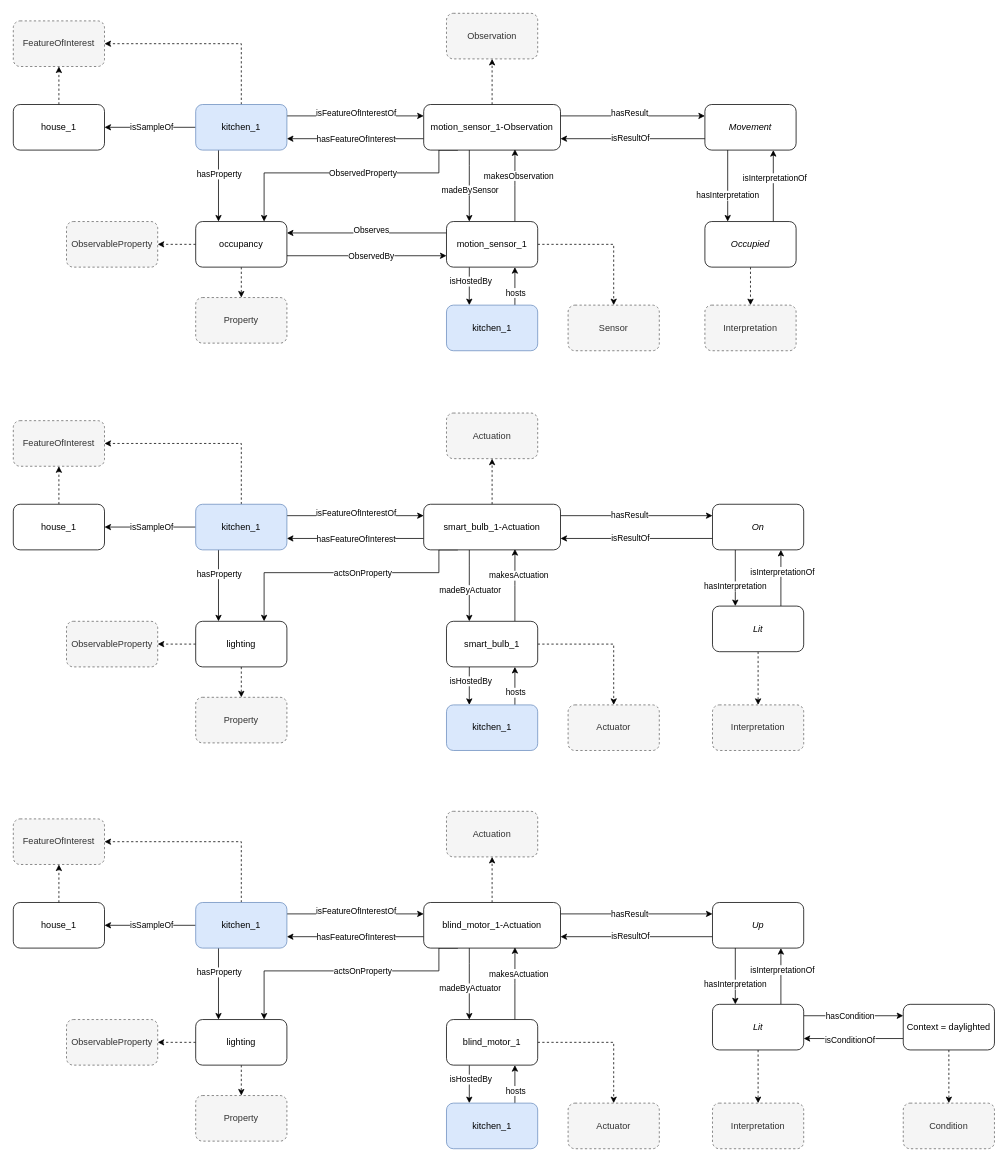
Before: page "lighting_v2" (4 of 6) of docs/figures/sosa-onto-instances.drawio in anarubioruiz/asp-SOSAc, a draw.io diagram. Source tidied: cells renumbered, new cells numbered last; positions are measured from the earlier drawing's top-left corner, leaving out a move shared by most shapes. Both pictures are drawn from the tidied source at 76%, with x=0, y=0 at pixel (13, 13).
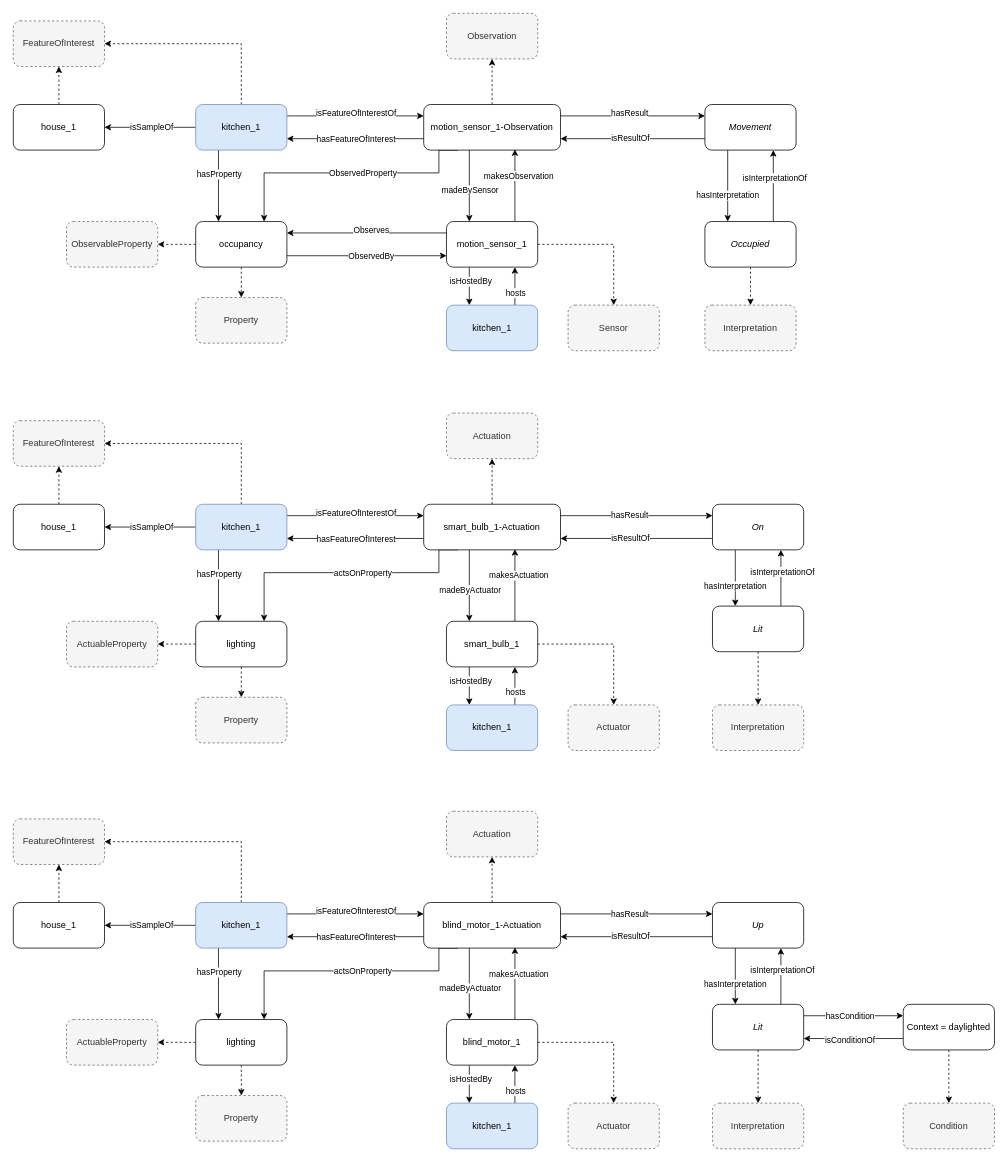
The same page after the edit.

Commit message (it also covers changes not shown here):
ActuableProperty corrected

What changed in the source:
```diff
@@
-    <mxCell id="86" value="ObservableProperty" style="whiteSpace=wrap;html=1;rounded=1;fillColor=#f5f5f5;fontColor=#333333;strokeColor=#666666;dashed=1;" parent="1" vertex="1">
+    <mxCell id="86" value="ActuableProperty" style="whiteSpace=wrap;html=1;rounded=1;fillColor=#f5f5f5;fontColor=#333333;strokeColor=#666666;dashed=1;" parent="1" vertex="1">
       <mxGeometry x="70" y="800" width="120" height="60" as="geometry" />
     </mxCell>
@@
-    <mxCell id="133" value="ObservableProperty" style="whiteSpace=wrap;html=1;rounded=1;fillColor=#f5f5f5;fontColor=#333333;strokeColor=#666666;dashed=1;" parent="1" vertex="1">
+    <mxCell id="133" value="ActuableProperty" style="whiteSpace=wrap;html=1;rounded=1;fillColor=#f5f5f5;fontColor=#333333;strokeColor=#666666;dashed=1;" parent="1" vertex="1">
       <mxGeometry x="70" y="1324" width="120" height="60" as="geometry" />
     </mxCell>
```
